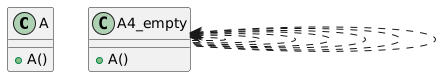
The PlantUML diagram results/class_diagram_ver_11.png in taraneh2abd/compiler-project, before a commit.
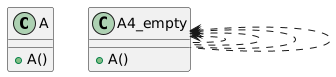
After the commit.

Diff of the diagram source:
```diff
@@ -9,7 +9,4 @@
 A4_empty <.. A4_empty
 A4_empty <.. A4_empty
 A4_empty <.. A4_empty
-A4_empty <.. A4_empty
-A4_empty <.. A4_empty
-A4_empty <.. A4_empty
 @enduml
```
